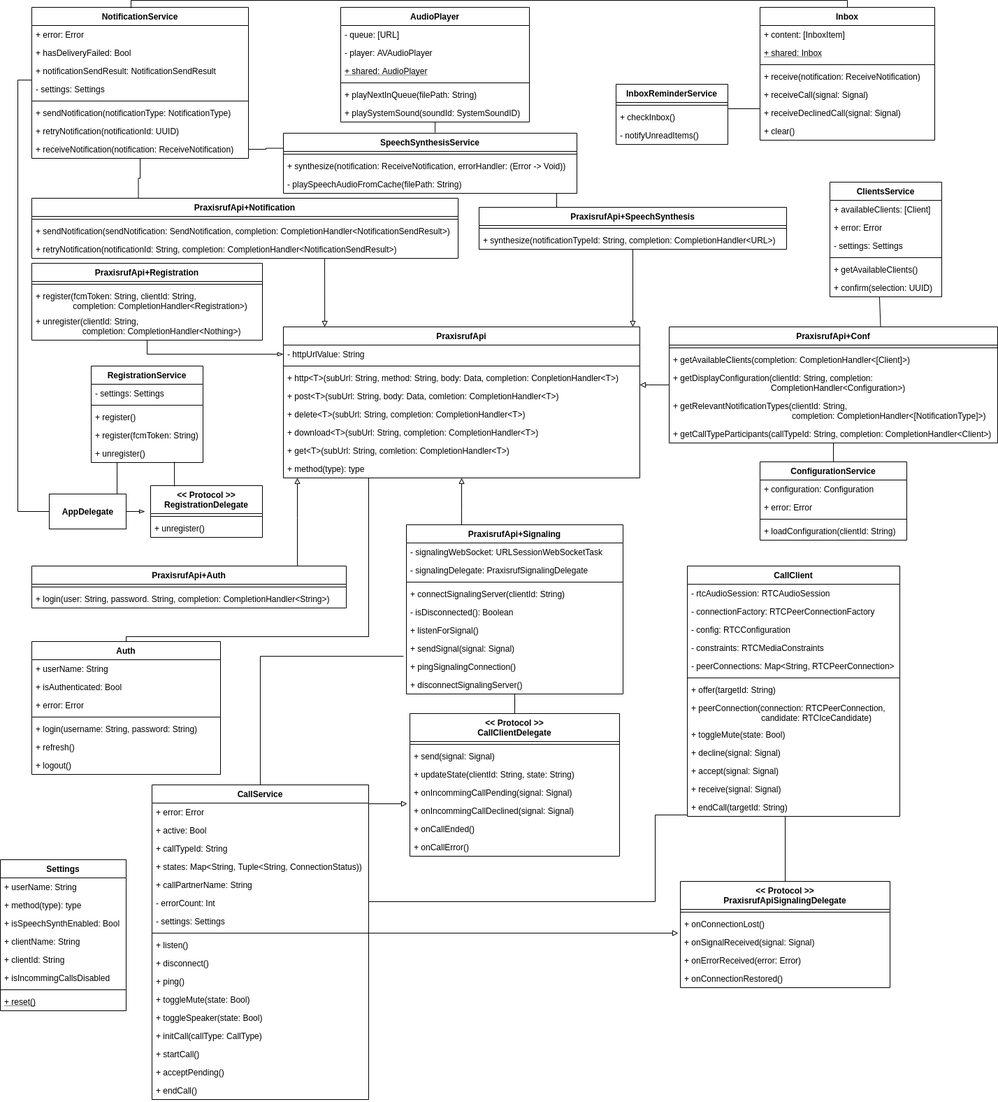
The draw.io diagram src/graphics/diagramms/Class_Mobile_Client_Services.png in jsvilling/IP6_Bachelorarbeit_Bericht_Cloudbasiertes_Praxisrufsystem, before a commit. Source tidied: cells renumbered, new cells last; positions are measured from the earlier drawing's top-left corner, leaving out a move shared by most shapes.
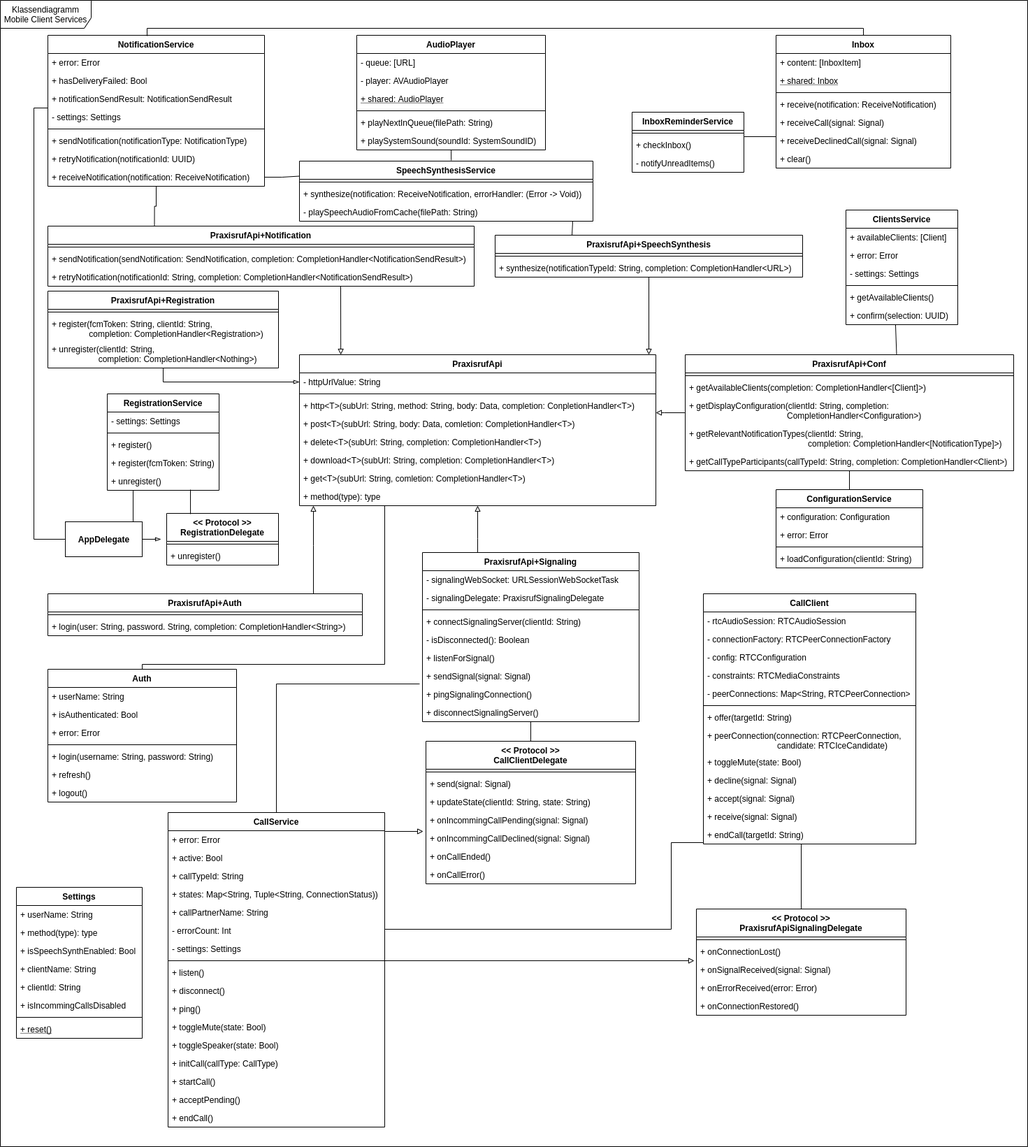
After the change.

What changed in the source:
```diff
@@ -622,5 +622,8 @@
     <mxCell id="182" style="edgeStyle=orthogonalEdgeStyle;rounded=0;jettySize=auto;html=1;entryX=0;entryY=0.25;entryDx=0;entryDy=0;endArrow=none;endFill=0;" parent="1" edge="1" source="115" target="98">
       <mxGeometry relative="1" as="geometry" />
     </mxCell>
+    <mxCell id="183" value="Klassendiagramm Mobile Client Services" style="shape=umlFrame;whiteSpace=wrap;html=1;width=130;height=40;" parent="1" vertex="1">
+      <mxGeometry x="-23" y="-40" width="1470" height="1640" as="geometry" />
+    </mxCell>
   </root>
 </mxGraphModel>
```
